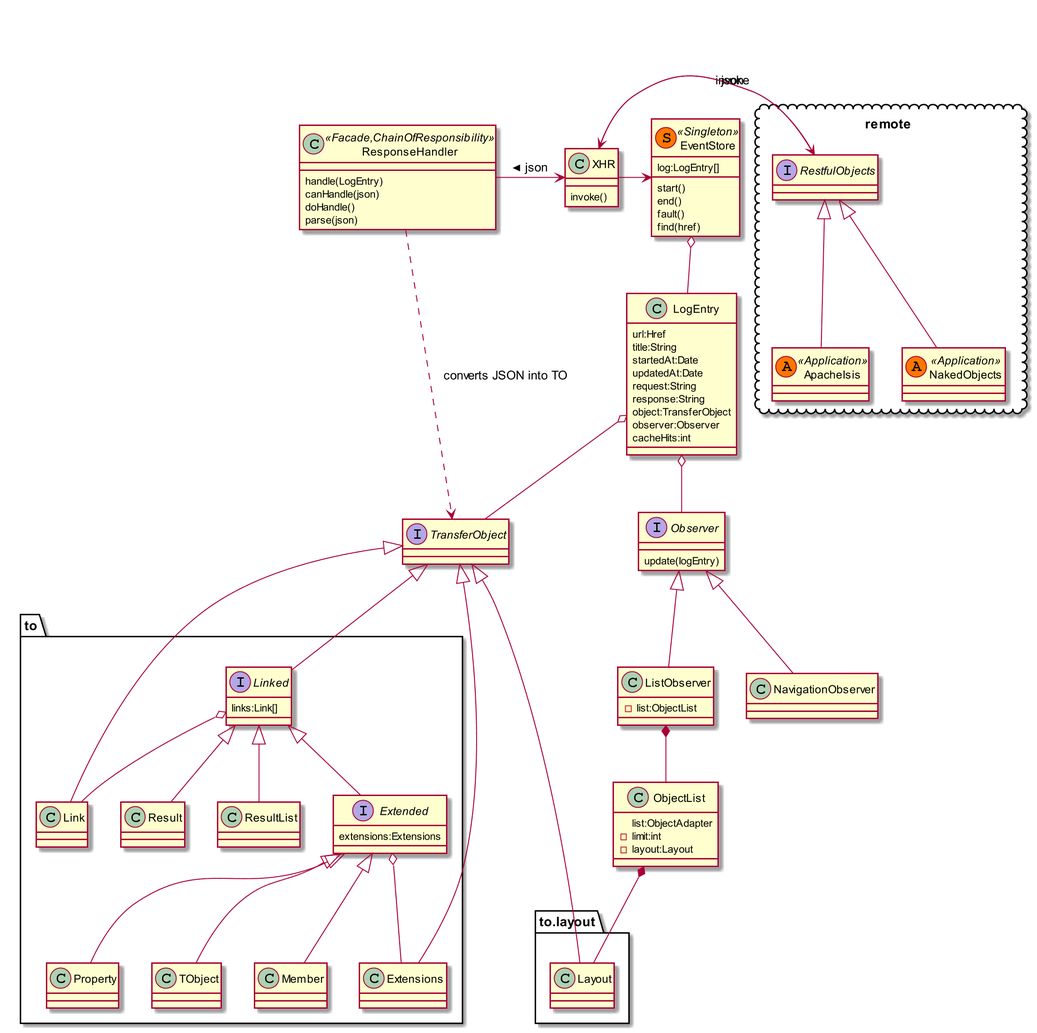
This is images/uml-overview.png from apache/causeway, a PlantUML export, as it was before one commit.
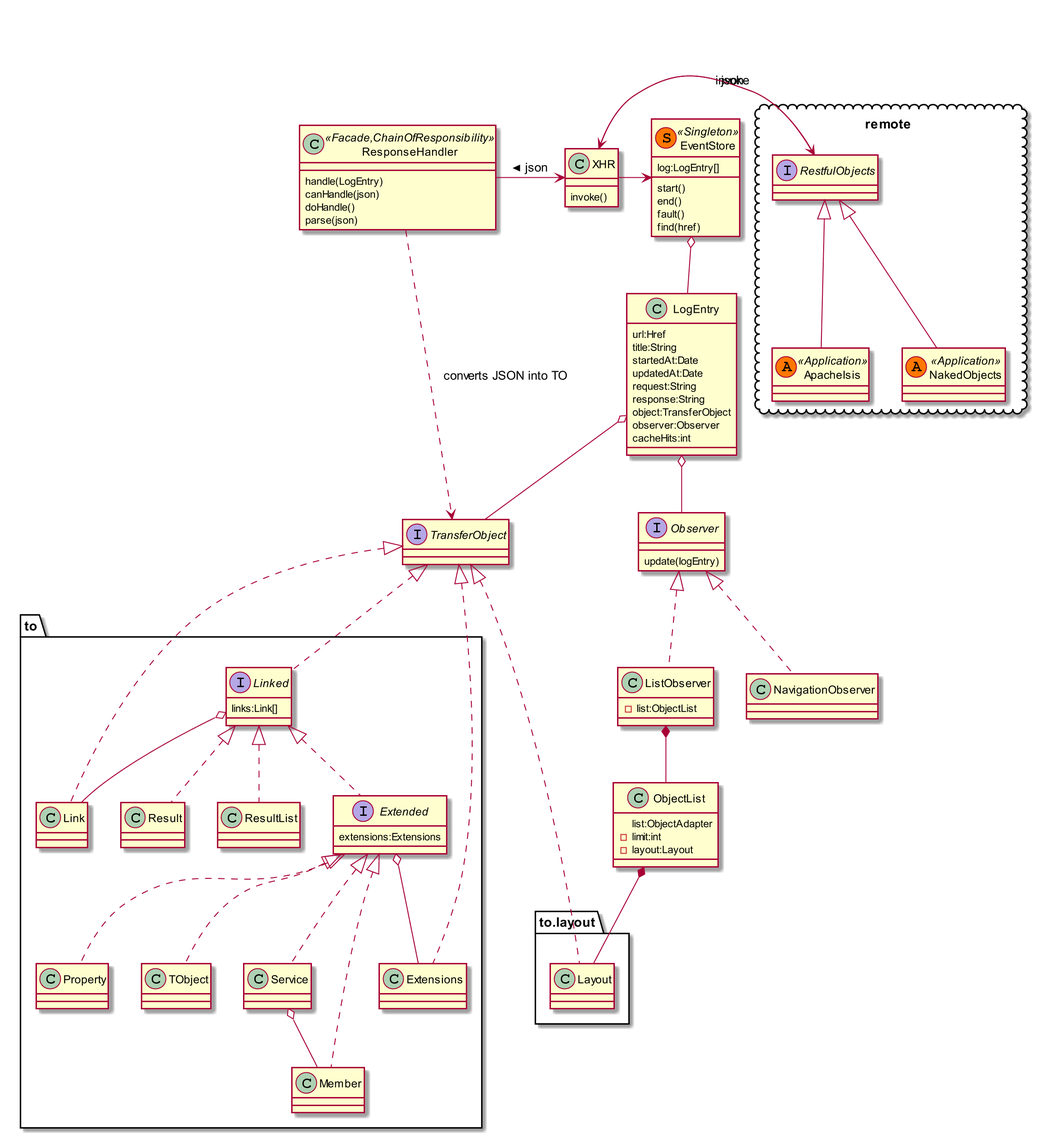
The same diagram one commit later.

The edit, as a diff of the source:
```diff
@@ -53,24 +53,27 @@
 
 
 interface TransferObject
-TransferObject <|-- to.Link
-TransferObject <|-- to.Extensions
-TransferObject <|-- to.layout.Layout
+TransferObject <|.. to.Link
+TransferObject <|.. to.Extensions
+TransferObject <|.. to.layout.Layout
 interface to.Linked{
     links:Link[]
 }
-TransferObject <|-- to.Linked
-to.Linked <|-- to.Result
-to.Linked <|-- to.ResultList
-to.Linked <|-- to.Extended
+TransferObject <|.. to.Linked
+to.Linked <|.. to.Result
+to.Linked <|.. to.ResultList
+to.Linked <|.. to.Extended
+
 interface to.Extended{
     extensions:Extensions
 }
 to.Linked o-- to.Link
 to.Extended o-- to.Extensions
-to.Extended <|-- to.Property
-to.Extended <|-- to.TObject
-to.Extended <|-- to.Member
+to.Extended <|.. to.Property
+to.Extended <|.. to.TObject
+to.Extended <|.. to.Service
+to.Extended <|.. to.Member
+to.Service o-- to.Member
 
 interface Observer {
     update(logEntry)
@@ -79,10 +82,10 @@
     -list:ObjectList
 }
 ListObserver *-- ObjectList
-Observer <|-- ListObserver
+Observer <|.. ListObserver
 
 class NavigationObserver
-Observer <|-- NavigationObserver
+Observer <|.. NavigationObserver
 
 class ObjectList {
     list:ObjectAdapter
```
